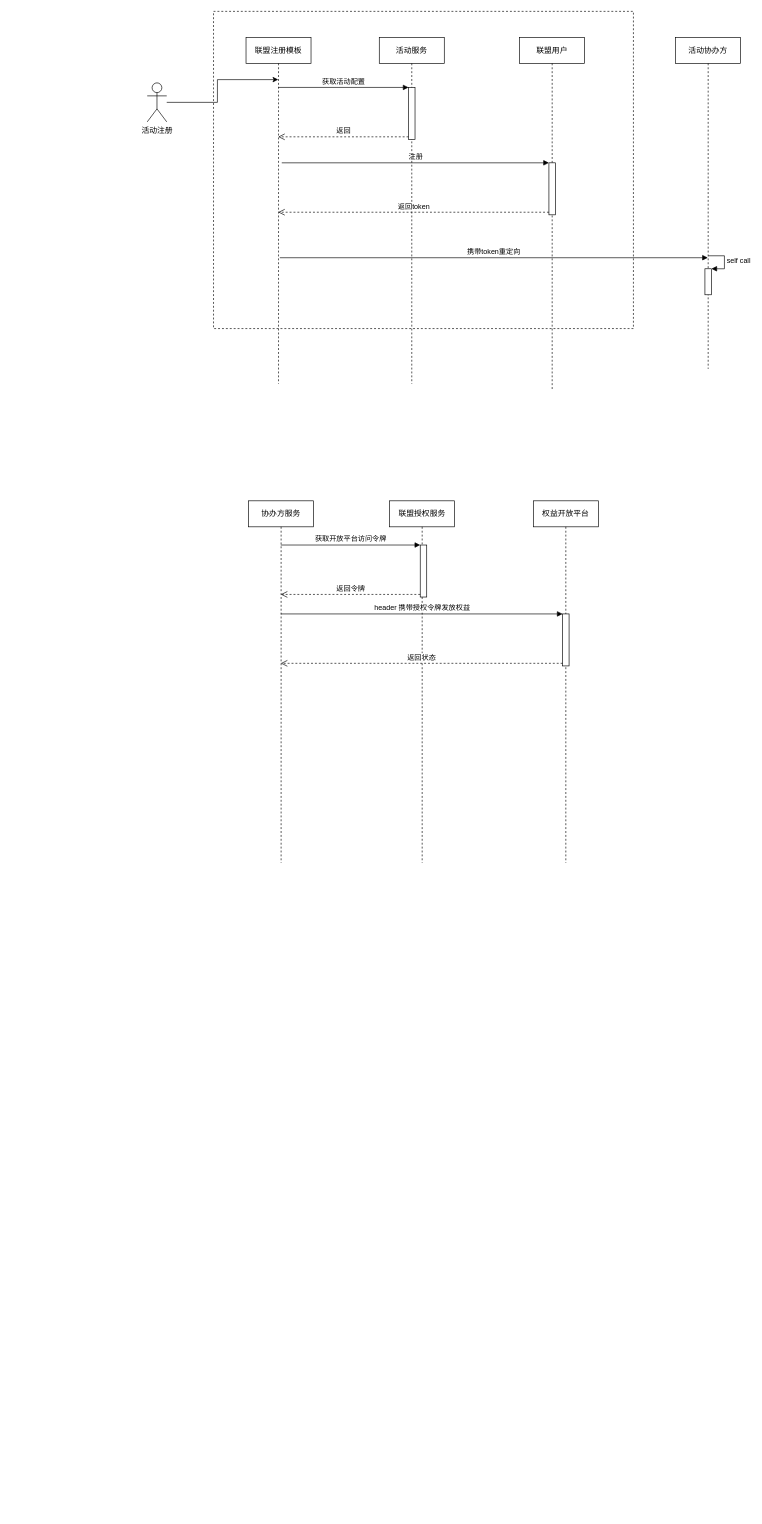
wuqh/draw keeps this draw.io diagram as partner integretion.drawio. Above is the earlier version. Source tidied: cells renumbered, new cells numbered last; positions are measured from the earlier drawing's top-left corner, leaving out a move shared by most shapes. Both pictures are drawn from the tidied source at 65%, with x=0, y=0 at pixel (147, 11).
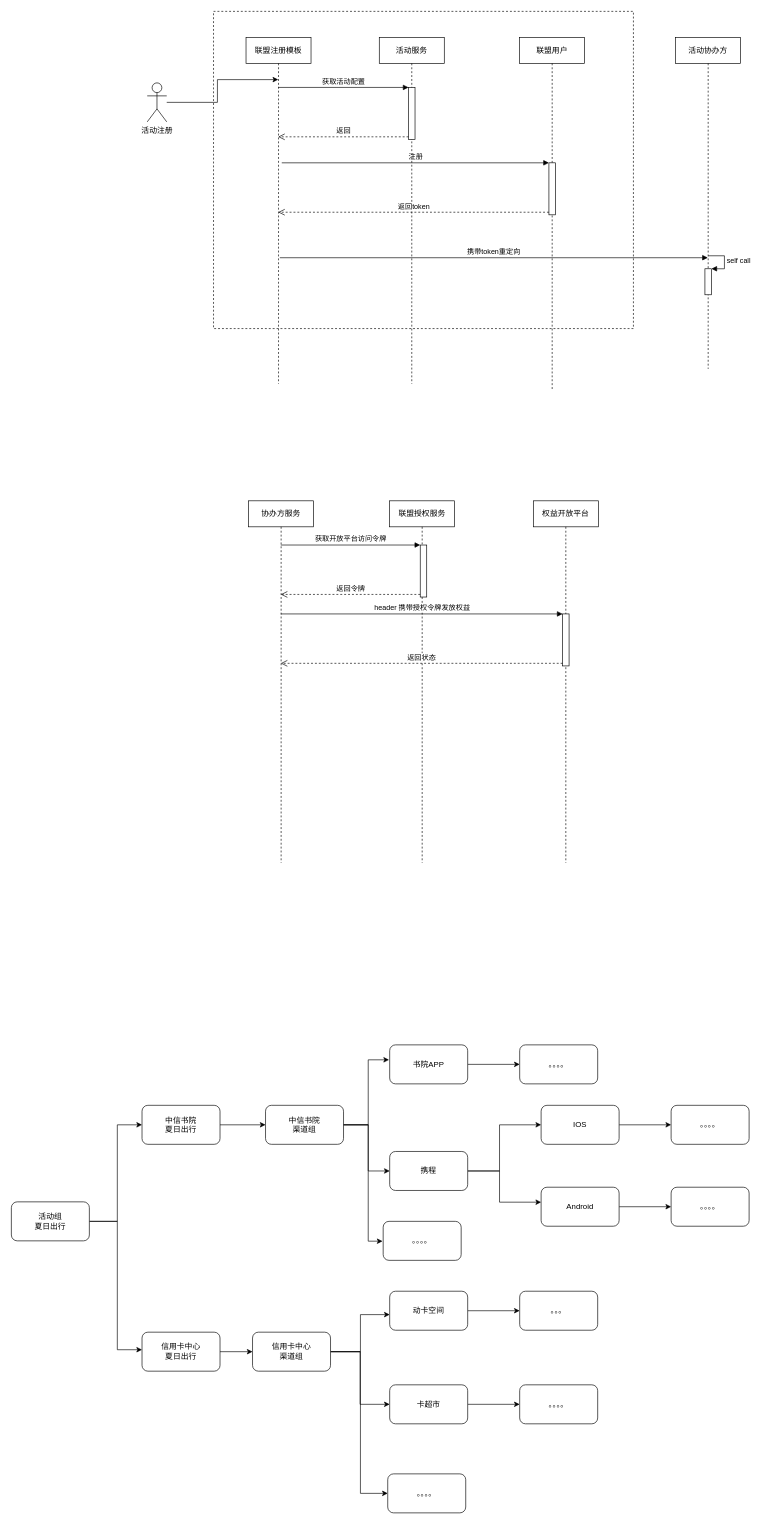
The same diagram, later.

The edit, as a diff of the source:
```diff
@@
+    <mxCell id="27" style="edgeStyle=orthogonalEdgeStyle;rounded=0;jettySize=auto;html=1;" parent="1" edge="1" source="29" target="33">
+      <mxGeometry relative="1" as="geometry">
+        <Array as="points">
+          <mxPoint x="-46" y="1862" />
+          <mxPoint x="-46" y="1713" />
+        </Array>
+      </mxGeometry>
+    </mxCell>
+    <mxCell id="28" style="edgeStyle=orthogonalEdgeStyle;rounded=0;jettySize=auto;html=1;" parent="1" edge="1" source="29" target="31">
+      <mxGeometry relative="1" as="geometry">
+        <Array as="points">
+          <mxPoint x="-46" y="1862" />
+          <mxPoint x="-46" y="2059" />
+        </Array>
+      </mxGeometry>
+    </mxCell>
+    <mxCell id="29" value="活动组&lt;br&gt;夏日出行&lt;br&gt;" style="rounded=1;whiteSpace=wrap;html=1;" parent="1" vertex="1">
+      <mxGeometry x="-209" y="1831.5" width="120" height="60" as="geometry" />
+    </mxCell>
+    <mxCell id="30" style="edgeStyle=orthogonalEdgeStyle;rounded=0;jettySize=auto;html=1;" parent="1" edge="1" source="31" target="37">
+      <mxGeometry relative="1" as="geometry" />
+    </mxCell>
+    <mxCell id="31" value="信用卡中心&lt;br&gt;夏日出行&lt;br&gt;" style="rounded=1;whiteSpace=wrap;html=1;" parent="1" vertex="1">
+      <mxGeometry x="-8" y="2032" width="120" height="60" as="geometry" />
+    </mxCell>
+    <mxCell id="32" style="edgeStyle=orthogonalEdgeStyle;rounded=0;jettySize=auto;html=1;entryX=0;entryY=0.5;entryDx=0;entryDy=0;" parent="1" edge="1" source="33" target="45">
+      <mxGeometry relative="1" as="geometry" />
+    </mxCell>
+    <mxCell id="33" value="中信书院&lt;br&gt;夏日出行&lt;br&gt;" style="rounded=1;whiteSpace=wrap;html=1;" parent="1" vertex="1">
+      <mxGeometry x="-8" y="1683" width="120" height="60" as="geometry" />
+    </mxCell>
+    <mxCell id="34" style="edgeStyle=orthogonalEdgeStyle;rounded=0;jettySize=auto;html=1;" parent="1" edge="1" source="37" target="40">
+      <mxGeometry relative="1" as="geometry">
+        <Array as="points">
+          <mxPoint x="328" y="2062" />
+          <mxPoint x="328" y="2005" />
+        </Array>
+      </mxGeometry>
+    </mxCell>
+    <mxCell id="35" style="edgeStyle=orthogonalEdgeStyle;rounded=0;jettySize=auto;html=1;entryX=0;entryY=0.5;entryDx=0;entryDy=0;" parent="1" edge="1" source="37" target="51">
+      <mxGeometry relative="1" as="geometry" />
+    </mxCell>
+    <mxCell id="36" style="edgeStyle=orthogonalEdgeStyle;rounded=0;jettySize=auto;html=1;" parent="1" edge="1" source="37" target="38">
+      <mxGeometry relative="1" as="geometry">
+        <Array as="points">
+          <mxPoint x="328" y="2062" />
+          <mxPoint x="328" y="2280" />
+        </Array>
+      </mxGeometry>
+    </mxCell>
+    <mxCell id="37" value="信用卡中心&lt;br&gt;渠道组&lt;br&gt;" style="rounded=1;whiteSpace=wrap;html=1;" parent="1" vertex="1">
+      <mxGeometry x="162" y="2032" width="120" height="60" as="geometry" />
+    </mxCell>
+    <mxCell id="38" value="。。。。&lt;br&gt;" style="rounded=1;whiteSpace=wrap;html=1;" parent="1" vertex="1">
+      <mxGeometry x="370" y="2250" width="120" height="60" as="geometry" />
+    </mxCell>
+    <mxCell id="39" style="edgeStyle=orthogonalEdgeStyle;rounded=0;jettySize=auto;html=1;" parent="1" edge="1" source="40" target="41">
+      <mxGeometry relative="1" as="geometry" />
+    </mxCell>
+    <mxCell id="40" value="动卡空间&lt;br&gt;" style="rounded=1;whiteSpace=wrap;html=1;" parent="1" vertex="1">
+      <mxGeometry x="373" y="1969" width="120" height="60" as="geometry" />
+    </mxCell>
+    <mxCell id="41" value="。。。&lt;br&gt;" style="rounded=1;whiteSpace=wrap;html=1;" parent="1" vertex="1">
+      <mxGeometry x="573" y="1969" width="120" height="60" as="geometry" />
+    </mxCell>
+    <mxCell id="42" style="edgeStyle=orthogonalEdgeStyle;rounded=0;orthogonalLoop=1;jettySize=auto;html=1;" parent="1" edge="1">
+      <mxGeometry relative="1" as="geometry">
+        <mxPoint x="301" y="1713" as="sourcePoint" />
+        <mxPoint x="372" y="1613" as="targetPoint" />
+        <Array as="points">
+          <mxPoint x="340" y="1713" />
+          <mxPoint x="340" y="1613" />
+        </Array>
+      </mxGeometry>
+    </mxCell>
+    <mxCell id="43" style="edgeStyle=orthogonalEdgeStyle;rounded=0;jettySize=auto;html=1;" parent="1" edge="1" source="45" target="55">
+      <mxGeometry relative="1" as="geometry">
+        <Array as="points">
+          <mxPoint x="340" y="1713" />
+          <mxPoint x="340" y="1784" />
+        </Array>
+      </mxGeometry>
+    </mxCell>
+    <mxCell id="44" style="edgeStyle=orthogonalEdgeStyle;rounded=0;orthogonalLoop=1;jettySize=auto;html=1;" parent="1" edge="1">
+      <mxGeometry relative="1" as="geometry">
+        <mxPoint x="301" y="1713" as="sourcePoint" />
+        <mxPoint x="362" y="1892" as="targetPoint" />
+        <Array as="points">
+          <mxPoint x="340" y="1713" />
+          <mxPoint x="340" y="1892" />
+        </Array>
+      </mxGeometry>
+    </mxCell>
+    <mxCell id="45" value="中信书院&lt;br&gt;渠道组&lt;br&gt;" style="rounded=1;whiteSpace=wrap;html=1;" parent="1" vertex="1">
+      <mxGeometry x="182" y="1683" width="120" height="60" as="geometry" />
+    </mxCell>
+    <mxCell id="46" value="。。。。" style="rounded=1;whiteSpace=wrap;html=1;" parent="1" vertex="1">
+      <mxGeometry x="363" y="1861.5" width="120" height="60" as="geometry" />
+    </mxCell>
+    <mxCell id="47" style="edgeStyle=orthogonalEdgeStyle;rounded=0;jettySize=auto;html=1;" parent="1" edge="1" source="48" target="49">
+      <mxGeometry relative="1" as="geometry" />
+    </mxCell>
+    <mxCell id="48" value="书院APP" style="rounded=1;whiteSpace=wrap;html=1;" parent="1" vertex="1">
+      <mxGeometry x="373" y="1590" width="120" height="60" as="geometry" />
+    </mxCell>
+    <mxCell id="49" value="。。。。" style="rounded=1;whiteSpace=wrap;html=1;" parent="1" vertex="1">
+      <mxGeometry x="573" y="1590" width="120" height="60" as="geometry" />
+    </mxCell>
+    <mxCell id="50" style="edgeStyle=orthogonalEdgeStyle;rounded=0;jettySize=auto;html=1;" parent="1" edge="1" source="51" target="52">
+      <mxGeometry relative="1" as="geometry" />
+    </mxCell>
+    <mxCell id="51" value="卡超市&lt;br&gt;" style="rounded=1;whiteSpace=wrap;html=1;" parent="1" vertex="1">
+      <mxGeometry x="373" y="2113" width="120" height="60" as="geometry" />
+    </mxCell>
+    <mxCell id="52" value="。。。。&lt;br&gt;" style="rounded=1;whiteSpace=wrap;html=1;" parent="1" vertex="1">
+      <mxGeometry x="573" y="2113" width="120" height="60" as="geometry" />
+    </mxCell>
+    <mxCell id="53" style="edgeStyle=orthogonalEdgeStyle;rounded=0;jettySize=auto;html=1;" parent="1" edge="1" source="55" target="60">
+      <mxGeometry relative="1" as="geometry">
+        <Array as="points">
+          <mxPoint x="542" y="1784" />
+          <mxPoint x="542" y="1713" />
+        </Array>
+      </mxGeometry>
+    </mxCell>
+    <mxCell id="54" style="edgeStyle=orthogonalEdgeStyle;rounded=0;jettySize=auto;html=1;" parent="1" edge="1" source="55" target="57">
+      <mxGeometry relative="1" as="geometry">
+        <Array as="points">
+          <mxPoint x="542" y="1784" />
+          <mxPoint x="542" y="1832" />
+        </Array>
+      </mxGeometry>
+    </mxCell>
+    <mxCell id="55" value="携程" style="rounded=1;whiteSpace=wrap;html=1;" parent="1" vertex="1">
+      <mxGeometry x="373" y="1754" width="120" height="60" as="geometry" />
+    </mxCell>
+    <mxCell id="56" style="edgeStyle=orthogonalEdgeStyle;rounded=0;jettySize=auto;html=1;" parent="1" edge="1" source="57" target="58">
+      <mxGeometry relative="1" as="geometry" />
+    </mxCell>
+    <mxCell id="57" value="Android" style="rounded=1;whiteSpace=wrap;html=1;" parent="1" vertex="1">
+      <mxGeometry x="606" y="1809" width="120" height="60" as="geometry" />
+    </mxCell>
+    <mxCell id="58" value="。。。。" style="rounded=1;whiteSpace=wrap;html=1;" parent="1" vertex="1">
+      <mxGeometry x="806" y="1809" width="120" height="60" as="geometry" />
+    </mxCell>
+    <mxCell id="59" style="edgeStyle=orthogonalEdgeStyle;rounded=0;jettySize=auto;html=1;" parent="1" edge="1" source="60" target="61">
+      <mxGeometry relative="1" as="geometry" />
+    </mxCell>
+    <mxCell id="60" value="IOS" style="rounded=1;whiteSpace=wrap;html=1;" parent="1" vertex="1">
+      <mxGeometry x="606" y="1683" width="120" height="60" as="geometry" />
+    </mxCell>
+    <mxCell id="61" value="。。。。" style="rounded=1;whiteSpace=wrap;html=1;" parent="1" vertex="1">
+      <mxGeometry x="806" y="1683" width="120" height="60" as="geometry" />
+    </mxCell>
```
